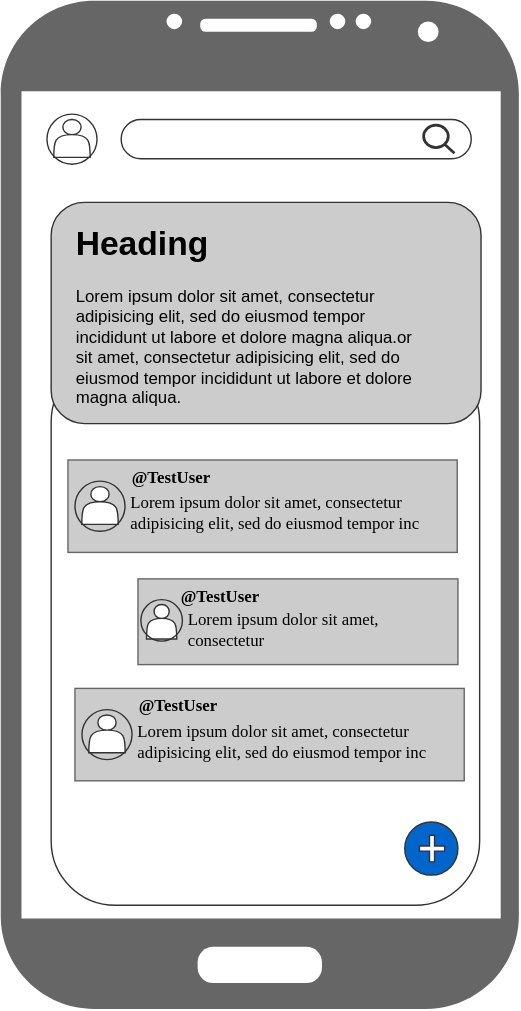
Above: readmeAssets/postDetails.svg in pranavm7/UniConnect (draw.io), before the change. Source tidied: cells renumbered, new cells last; positions are measured from the earlier drawing's top-left corner, leaving out a move shared by most shapes.
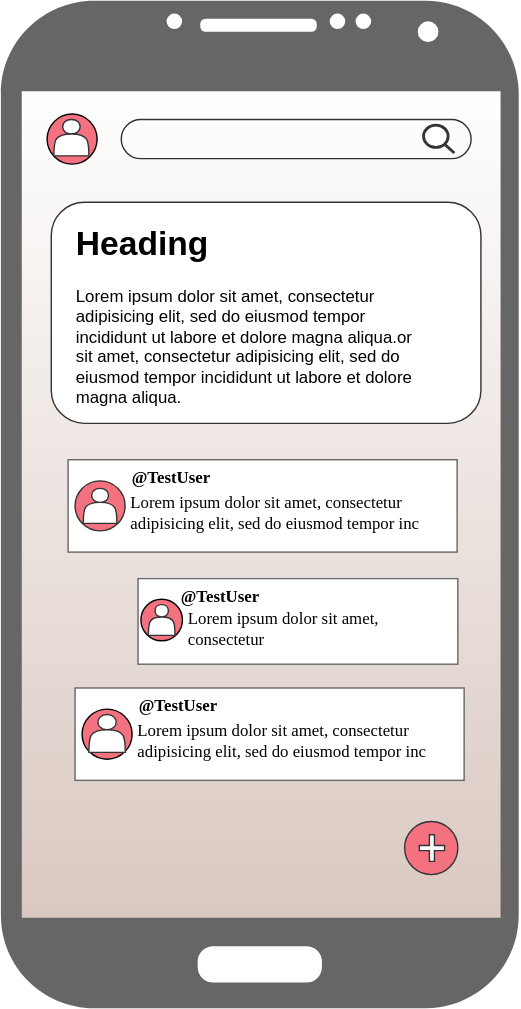
The same diagram one commit later.

Diff of the diagram source:
```diff
@@ -2,16 +2,16 @@
   <root>
     <mxCell id="0" />
     <mxCell id="1" parent="0" />
-    <mxCell id="2" style="rounded=1;whiteSpace=wrap;html=1;strokeColor=#333333;fillColor=#FFFFFF;" parent="1" vertex="1">
-      <mxGeometry x="36" y="255" width="306" height="391" as="geometry" />
-    </mxCell>
+    <mxCell id="33" style="rounded=0;whiteSpace=wrap;html=1;fillColor=#D9C8C0;gradientColor=#ffffff;gradientDirection=north;" parent="1" vertex="1">
+      <mxGeometry x="14" y="62" width="345" height="596" as="geometry" />
+    </mxCell>
-    <mxCell id="3" style="rounded=0;whiteSpace=wrap;html=1;fontFamily=Times New Roman;fillColor=#CCCCCC;fontColor=#333333;strokeColor=#666666;" parent="1" vertex="1">
+    <mxCell id="3" style="rounded=0;whiteSpace=wrap;html=1;fontFamily=Times New Roman;fillColor=#FFFFFF;fontColor=#333333;strokeColor=#666666;" parent="1" vertex="1">
       <mxGeometry x="48" y="328" width="278" height="66" as="geometry" />
     </mxCell>
-    <mxCell id="4" style="rounded=1;whiteSpace=wrap;html=1;strokeColor=#333333;fillColor=#CCCCCC;" parent="1" vertex="1">
+    <mxCell id="4" style="rounded=1;whiteSpace=wrap;html=1;strokeColor=#333333;fillColor=#FFFFFF;" parent="1" vertex="1">
       <mxGeometry x="36" y="144" width="307" height="158" as="geometry" />
     </mxCell>
-    <mxCell id="5" value="&lt;h1&gt;Heading&lt;/h1&gt;&lt;p&gt;Lorem ipsum dolor sit amet, consectetur adipisicing elit, sed do eiusmod tempor incididunt ut labore et dolore magna aliqua.or sit amet, consectetur adipisicing elit, sed do eiusmod tempor incididunt ut labore et dolore magna aliqua.&lt;/p&gt;" style="text;html=1;strokeColor=none;fillColor=none;spacing=5;spacingTop=-20;whiteSpace=wrap;overflow=hidden;rounded=0;" parent="1" vertex="1">
+    <mxCell id="5" value="&lt;h1&gt;Heading&lt;/h1&gt;&lt;p&gt;Lorem ipsum dolor sit amet, consectetur adipisicing elit, sed do eiusmod tempor incididunt ut labore et dolore magna aliqua.or sit amet, consectetur adipisicing elit, sed do eiusmod tempor incididunt ut labore et dolore magna aliqua.&lt;/p&gt;" style="text;html=1;strokeColor=none;fillColor=default;spacing=5;spacingTop=-20;whiteSpace=wrap;overflow=hidden;rounded=0;" parent="1" vertex="1">
       <mxGeometry x="48.5" y="154" width="255" height="137" as="geometry" />
     </mxCell>
     <mxCell id="6" style="verticalLabelPosition=bottom;verticalAlign=top;html=1;shadow=0;dashed=0;strokeWidth=1;shape=mxgraph.android.phone2;strokeColor=none;fillColor=#666666;" parent="1" vertex="1">
@@ -20,12 +20,12 @@
     <mxCell id="7" style="group;" parent="1" vertex="1">
       <mxGeometry x="33" y="81" width="35.8" height="35.8" as="geometry" />
     </mxCell>
+    <mxCell id="9" style="ellipse;whiteSpace=wrap;html=1;strokeColor=default;fillColor=#F4717F;rotation=-180;" parent="7" vertex="1">
+      <mxGeometry width="35.8" height="35.8" as="geometry" />
+    </mxCell>
     <mxCell id="8" style="shape=actor;whiteSpace=wrap;html=1;strokeColor=#333333;fillColor=#FFFFFF;" parent="7" vertex="1">
-      <mxGeometry x="4.9" y="3.9" width="26" height="27" as="geometry" />
+      <mxGeometry x="4.9" y="3.9" width="25" height="26" as="geometry" />
     </mxCell>
-    <mxCell id="9" style="ellipse;whiteSpace=wrap;html=1;strokeColor=#333333;fillColor=none;rotation=-180;" parent="7" vertex="1">
-      <mxGeometry width="35.8" height="35.8" as="geometry" />
-    </mxCell>
     <mxCell id="10" style="group;" parent="1" vertex="1">
       <mxGeometry x="86" y="84.9" width="250" height="28" as="geometry" />
     </mxCell>
@@ -35,61 +35,61 @@
     <mxCell id="12" style="html=1;verticalLabelPosition=bottom;align=center;labelBackgroundColor=#ffffff;verticalAlign=top;strokeWidth=2;strokeColor=#333333;shadow=0;dashed=0;shape=mxgraph.ios7.icons.looking_glass;fillColor=#FFFFFF;" parent="10" vertex="1">
       <mxGeometry x="216" y="4" width="22" height="20" as="geometry" />
     </mxCell>
-    <mxCell id="13" style="group;fillColor=none;" parent="1" vertex="1">
+    <mxCell id="13" style="group;fillColor=default;" parent="1" vertex="1">
       <mxGeometry x="53" y="343.1" width="35.8" height="35.8" as="geometry" />
     </mxCell>
+    <mxCell id="15" style="ellipse;whiteSpace=wrap;html=1;strokeColor=#333333;fillColor=#F4717F;rotation=-180;" parent="13" vertex="1">
+      <mxGeometry width="35.8" height="35.8" as="geometry" />
+    </mxCell>
     <mxCell id="14" style="shape=actor;whiteSpace=wrap;html=1;strokeColor=#333333;fillColor=#FFFFFF;" parent="13" vertex="1">
-      <mxGeometry x="4.9" y="3.9" width="26" height="27" as="geometry" />
+      <mxGeometry x="5.9" y="5.4" width="24" height="25" as="geometry" />
     </mxCell>
-    <mxCell id="15" style="ellipse;whiteSpace=wrap;html=1;strokeColor=#333333;fillColor=none;rotation=-180;" parent="13" vertex="1">
-      <mxGeometry width="35.8" height="35.8" as="geometry" />
-    </mxCell>
     <mxCell id="16" value="&lt;b&gt;&lt;font face=&quot;Times New Roman&quot;&gt;@TestUser&lt;/font&gt;&lt;/b&gt;" style="text;html=1;strokeColor=none;fillColor=none;align=center;verticalAlign=middle;whiteSpace=wrap;rounded=0;" parent="1" vertex="1">
       <mxGeometry x="86" y="325.9" width="72" height="30" as="geometry" />
     </mxCell>
     <mxCell id="17" value="&lt;div align=&quot;left&quot;&gt;Lorem ipsum dolor sit amet, consectetur adipisicing elit, sed do eiusmod tempor inc&lt;/div&gt;" style="text;html=1;strokeColor=none;fillColor=none;align=left;verticalAlign=middle;whiteSpace=wrap;rounded=0;fontFamily=Times New Roman;" parent="1" vertex="1">
       <mxGeometry x="91" y="351" width="220" height="30" as="geometry" />
     </mxCell>
-    <mxCell id="18" style="group;" parent="1" vertex="1">
+    <mxCell id="18" style="group;fillColor=default;" parent="1" vertex="1">
       <mxGeometry x="98" y="412" width="228.5" height="62.1" as="geometry" />
     </mxCell>
-    <mxCell id="19" style="rounded=0;whiteSpace=wrap;html=1;fontFamily=Times New Roman;fillColor=#CCCCCC;fontColor=#333333;strokeColor=#666666;" parent="18" vertex="1">
+    <mxCell id="19" style="rounded=0;whiteSpace=wrap;html=1;fontFamily=Times New Roman;fillColor=#FFFFFF;fontColor=#333333;strokeColor=#666666;" parent="18" vertex="1">
       <mxGeometry y="0.9" width="228.5" height="61.2" as="geometry" />
     </mxCell>
     <mxCell id="20" style="group;fillColor=none;" parent="18" vertex="1">
       <mxGeometry x="2.1" y="15.7" width="29.7" height="32.6" as="geometry" />
     </mxCell>
+    <mxCell id="22" style="ellipse;whiteSpace=wrap;html=1;strokeColor=default;fillColor=#F4717F;rotation=-180;" parent="20" vertex="1">
+      <mxGeometry width="29.7" height="29.7" as="geometry" />
+    </mxCell>
     <mxCell id="21" style="shape=actor;whiteSpace=wrap;html=1;strokeColor=#333333;fillColor=#FFFFFF;" parent="20" vertex="1">
-      <mxGeometry x="4" y="3.5" width="21.6" height="24.6" as="geometry" />
+      <mxGeometry x="5.3" y="3.8" width="19" height="22" as="geometry" />
     </mxCell>
-    <mxCell id="22" style="ellipse;whiteSpace=wrap;html=1;strokeColor=#333333;fillColor=none;rotation=-180;" parent="20" vertex="1">
-      <mxGeometry width="29.7" height="29.7" as="geometry" />
-    </mxCell>
     <mxCell id="23" value="&lt;b&gt;&lt;font face=&quot;Times New Roman&quot;&gt;@TestUser&lt;/font&gt;&lt;/b&gt;" style="text;html=1;strokeColor=none;fillColor=none;align=center;verticalAlign=middle;whiteSpace=wrap;rounded=0;" parent="18" vertex="1">
       <mxGeometry x="29.4" width="59.7" height="27.4" as="geometry" />
     </mxCell>
     <mxCell id="24" value="&lt;div align=&quot;left&quot;&gt;Lorem ipsum dolor sit amet, consectetur&lt;/div&gt;" style="text;html=1;strokeColor=none;fillColor=none;align=left;verticalAlign=middle;whiteSpace=wrap;rounded=0;fontFamily=Times New Roman;" parent="18" vertex="1">
       <mxGeometry x="33.6" y="22.9" width="182.5" height="27.4" as="geometry" />
     </mxCell>
-    <mxCell id="25" style="rounded=0;whiteSpace=wrap;html=1;fontFamily=Times New Roman;fillColor=#CCCCCC;fontColor=#333333;strokeColor=#666666;" parent="1" vertex="1">
+    <mxCell id="25" style="rounded=0;whiteSpace=wrap;html=1;fontFamily=Times New Roman;fillColor=#FFFFFF;fontColor=#333333;strokeColor=#666666;" parent="1" vertex="1">
       <mxGeometry x="53" y="491.1" width="278" height="66" as="geometry" />
     </mxCell>
     <mxCell id="26" style="group;fillColor=none;" parent="1" vertex="1">
       <mxGeometry x="58" y="506.2" width="35.8" height="35.8" as="geometry" />
     </mxCell>
+    <mxCell id="28" style="ellipse;whiteSpace=wrap;html=1;strokeColor=default;fillColor=#F4717F;rotation=-180;" parent="26" vertex="1">
+      <mxGeometry width="35.8" height="35.8" as="geometry" />
+    </mxCell>
     <mxCell id="27" style="shape=actor;whiteSpace=wrap;html=1;strokeColor=#333333;fillColor=#FFFFFF;" parent="26" vertex="1">
       <mxGeometry x="4.9" y="3.9" width="26" height="27" as="geometry" />
     </mxCell>
-    <mxCell id="28" style="ellipse;whiteSpace=wrap;html=1;strokeColor=#333333;fillColor=none;rotation=-180;" parent="26" vertex="1">
-      <mxGeometry width="35.8" height="35.8" as="geometry" />
-    </mxCell>
     <mxCell id="29" value="&lt;b&gt;&lt;font face=&quot;Times New Roman&quot;&gt;@TestUser&lt;/font&gt;&lt;/b&gt;" style="text;html=1;strokeColor=none;fillColor=none;align=center;verticalAlign=middle;whiteSpace=wrap;rounded=0;" parent="1" vertex="1">
       <mxGeometry x="91" y="489" width="72" height="30" as="geometry" />
     </mxCell>
     <mxCell id="30" value="&lt;div align=&quot;left&quot;&gt;Lorem ipsum dolor sit amet, consectetur adipisicing elit, sed do eiusmod tempor inc&lt;/div&gt;" style="text;html=1;strokeColor=none;fillColor=none;align=left;verticalAlign=middle;whiteSpace=wrap;rounded=0;fontFamily=Times New Roman;" parent="1" vertex="1">
       <mxGeometry x="96" y="514.1" width="220" height="30" as="geometry" />
     </mxCell>
-    <mxCell id="31" style="ellipse;whiteSpace=wrap;html=1;strokeColor=#333333;fillColor=#0066CC;" parent="1" vertex="1">
+    <mxCell id="31" style="ellipse;whiteSpace=wrap;html=1;strokeColor=#333333;fillColor=#F4717F;" parent="1" vertex="1">
       <mxGeometry x="288.5" y="586.5" width="38" height="38" as="geometry" />
     </mxCell>
     <mxCell id="32" style="shape=cross;whiteSpace=wrap;html=1;strokeColor=#333333;fillColor=#FFFFFF;" parent="1" vertex="1">
```
